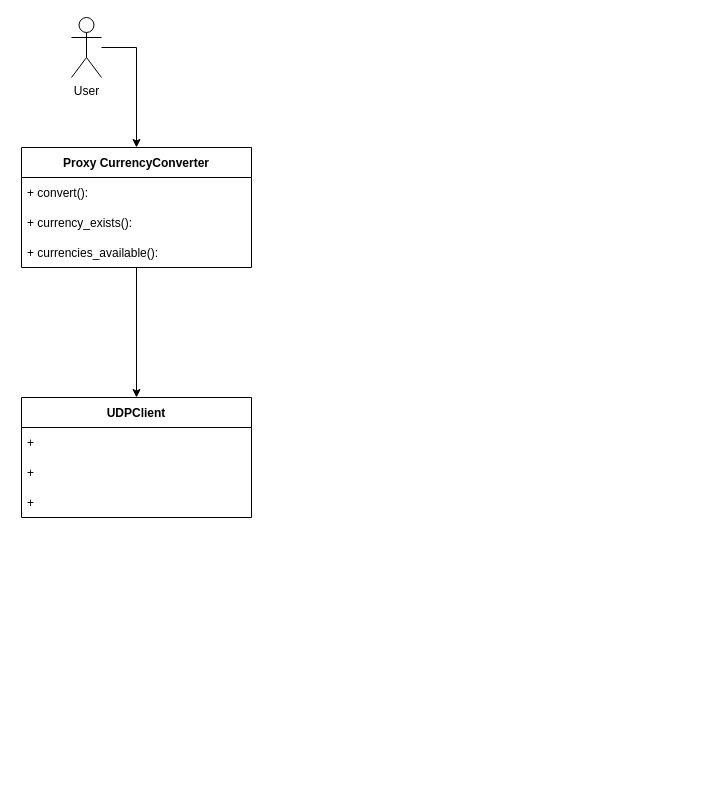
Before: Untitled Diagram.drawio in joaocarvoli-university/distribuited-systems, a draw.io diagram. Source tidied: cells renumbered, new cells numbered last; positions are measured from the earlier drawing's top-left corner, leaving out a move shared by most shapes. Both pictures are drawn from the tidied source at 100%, with x=0, y=0 at pixel (21, 17).
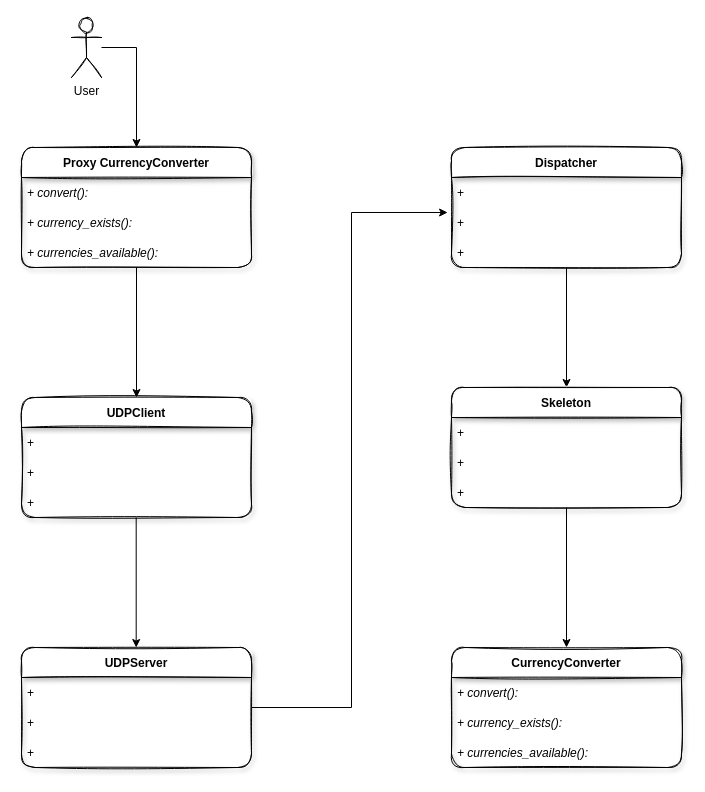
Above is the later version.

Diff of the diagram source:
```diff
@@
-    <mxCell id="3" value="Proxy CurrencyConverter" style="swimlane;fontStyle=1;horizontal=1;startSize=30;" parent="1" vertex="1">
+    <mxCell id="3" value="Proxy CurrencyConverter" style="swimlane;fontStyle=1;horizontal=1;startSize=30;shadow=1;rounded=1;sketch=1;" parent="1" vertex="1">
       <mxGeometry y="130" width="230" height="120" as="geometry" />
     </mxCell>
-    <mxCell id="4" value="+ convert(): " style="text;strokeColor=none;fillColor=none;align=left;verticalAlign=middle;spacingLeft=4;spacingRight=4;overflow=hidden;" parent="3" vertex="1">
+    <mxCell id="4" value="+ convert(): " style="text;strokeColor=none;fillColor=none;align=left;verticalAlign=middle;spacingLeft=4;spacingRight=4;overflow=hidden;fontStyle=2;shadow=0;labelBorderColor=none;labelBackgroundColor=none;" parent="3" vertex="1">
       <mxGeometry y="30" width="230" height="30" as="geometry" />
     </mxCell>
-    <mxCell id="5" value="+ currency_exists():" style="text;strokeColor=none;fillColor=none;align=left;verticalAlign=middle;spacingLeft=4;spacingRight=4;overflow=hidden;" parent="3" vertex="1">
+    <mxCell id="5" value="+ currency_exists():" style="text;strokeColor=none;fillColor=none;align=left;verticalAlign=middle;spacingLeft=4;spacingRight=4;overflow=hidden;shadow=0;fontStyle=2;labelBorderColor=none;labelBackgroundColor=none;" parent="3" vertex="1">
       <mxGeometry y="60" width="230" height="30" as="geometry" />
     </mxCell>
-    <mxCell id="6" value="+ currencies_available(): " style="text;strokeColor=none;fillColor=none;align=left;verticalAlign=middle;spacingLeft=4;spacingRight=4;overflow=hidden;" parent="3" vertex="1">
+    <mxCell id="6" value="+ currencies_available(): " style="text;strokeColor=none;fillColor=none;align=left;verticalAlign=middle;spacingLeft=4;spacingRight=4;overflow=hidden;shadow=0;fontStyle=2;labelBorderColor=none;labelBackgroundColor=none;" parent="3" vertex="1">
       <mxGeometry y="90" width="230" height="30" as="geometry" />
     </mxCell>
@@
-    <mxCell id="8" value="User" style="shape=umlActor;verticalLabelPosition=bottom;verticalAlign=top;html=1;outlineConnect=0;" parent="1" vertex="1">
+    <mxCell id="8" value="User" style="shape=umlActor;verticalLabelPosition=bottom;verticalAlign=top;html=1;outlineConnect=0;shadow=0;sketch=1;" parent="1" vertex="1">
       <mxGeometry x="50" width="30" height="60" as="geometry" />
     </mxCell>
-    <mxCell id="9" value="UDPClient" style="swimlane;fontStyle=1;horizontal=1;startSize=30;" parent="1" vertex="1">
+    <mxCell id="9" value="UDPClient" style="swimlane;fontStyle=1;horizontal=1;startSize=30;shadow=1;rounded=1;sketch=1;" parent="1" vertex="1">
       <mxGeometry y="380" width="230" height="120" as="geometry" />
     </mxCell>
@@
+    <mxCell id="13" style="edgeStyle=orthogonalEdgeStyle;rounded=0;jettySize=auto;html=1;entryX=-0.017;entryY=0.167;entryDx=0;entryDy=0;entryPerimeter=0;" parent="1" edge="1" source="14" target="22">
+      <mxGeometry relative="1" as="geometry">
+        <Array as="points">
+          <mxPoint x="330" y="690" />
+          <mxPoint x="330" y="195" />
+        </Array>
+      </mxGeometry>
+    </mxCell>
+    <mxCell id="14" value="UDPServer" style="swimlane;fontStyle=1;horizontal=1;startSize=30;rounded=1;shadow=1;sketch=1;" parent="1" vertex="1">
+      <mxGeometry y="630" width="230" height="120" as="geometry" />
+    </mxCell>
+    <mxCell id="15" value="+" style="text;strokeColor=none;fillColor=none;align=left;verticalAlign=middle;spacingLeft=4;spacingRight=4;overflow=hidden;" parent="14" vertex="1">
+      <mxGeometry y="30" width="230" height="30" as="geometry" />
+    </mxCell>
+    <mxCell id="16" value="+" style="text;strokeColor=none;fillColor=none;align=left;verticalAlign=middle;spacingLeft=4;spacingRight=4;overflow=hidden;" parent="14" vertex="1">
+      <mxGeometry y="60" width="230" height="30" as="geometry" />
+    </mxCell>
+    <mxCell id="17" value="+ " style="text;strokeColor=none;fillColor=none;align=left;verticalAlign=middle;spacingLeft=4;spacingRight=4;overflow=hidden;" parent="14" vertex="1">
+      <mxGeometry y="90" width="230" height="30" as="geometry" />
+    </mxCell>
+    <mxCell id="18" style="edgeStyle=orthogonalEdgeStyle;rounded=0;orthogonalLoop=1;jettySize=auto;html=1;entryX=0.5;entryY=0;entryDx=0;entryDy=0;" parent="1" edge="1">
+      <mxGeometry relative="1" as="geometry">
+        <mxPoint x="114.7" y="500" as="sourcePoint" />
+        <mxPoint x="114.7" y="630" as="targetPoint" />
+      </mxGeometry>
+    </mxCell>
+    <mxCell id="19" style="edgeStyle=orthogonalEdgeStyle;rounded=0;jettySize=auto;html=1;entryX=0.5;entryY=0;entryDx=0;entryDy=0;" parent="1" edge="1" source="20" target="25">
+      <mxGeometry relative="1" as="geometry" />
+    </mxCell>
+    <mxCell id="20" value="Dispatcher" style="swimlane;fontStyle=1;horizontal=1;startSize=30;rounded=1;shadow=1;sketch=1;" parent="1" vertex="1">
+      <mxGeometry x="430" y="130" width="230" height="120" as="geometry" />
+    </mxCell>
+    <mxCell id="21" value="+" style="text;strokeColor=none;fillColor=none;align=left;verticalAlign=middle;spacingLeft=4;spacingRight=4;overflow=hidden;" parent="20" vertex="1">
+      <mxGeometry y="30" width="230" height="30" as="geometry" />
+    </mxCell>
+    <mxCell id="22" value="+" style="text;strokeColor=none;fillColor=none;align=left;verticalAlign=middle;spacingLeft=4;spacingRight=4;overflow=hidden;points=[[0,0.5],[1,0.5]];portConstraint=eastwest;" parent="20" vertex="1">
+      <mxGeometry y="60" width="230" height="30" as="geometry" />
+    </mxCell>
+    <mxCell id="23" value="+ " style="text;strokeColor=none;fillColor=none;align=left;verticalAlign=middle;spacingLeft=4;spacingRight=4;overflow=hidden;" parent="20" vertex="1">
+      <mxGeometry y="90" width="230" height="30" as="geometry" />
+    </mxCell>
+    <mxCell id="24" style="edgeStyle=orthogonalEdgeStyle;rounded=0;jettySize=auto;html=1;entryX=0.5;entryY=0;entryDx=0;entryDy=0;" parent="1" edge="1" source="25" target="29">
+      <mxGeometry relative="1" as="geometry" />
+    </mxCell>
+    <mxCell id="25" value="Skeleton" style="swimlane;fontStyle=1;horizontal=1;startSize=30;rounded=1;shadow=1;sketch=1;" parent="1" vertex="1">
+      <mxGeometry x="430" y="370" width="230" height="120" as="geometry" />
+    </mxCell>
+    <mxCell id="26" value="+" style="text;strokeColor=none;fillColor=none;align=left;verticalAlign=middle;spacingLeft=4;spacingRight=4;overflow=hidden;" parent="25" vertex="1">
+      <mxGeometry y="30" width="230" height="30" as="geometry" />
+    </mxCell>
+    <mxCell id="27" value="+" style="text;strokeColor=none;fillColor=none;align=left;verticalAlign=middle;spacingLeft=4;spacingRight=4;overflow=hidden;" parent="25" vertex="1">
+      <mxGeometry y="60" width="230" height="30" as="geometry" />
+    </mxCell>
+    <mxCell id="28" value="+ " style="text;strokeColor=none;fillColor=none;align=left;verticalAlign=middle;spacingLeft=4;spacingRight=4;overflow=hidden;" parent="25" vertex="1">
+      <mxGeometry y="90" width="230" height="30" as="geometry" />
+    </mxCell>
+    <mxCell id="29" value="CurrencyConverter" style="swimlane;fontStyle=1;horizontal=1;startSize=30;rounded=1;shadow=1;sketch=1;" parent="1" vertex="1">
+      <mxGeometry x="430" y="630" width="230" height="120" as="geometry" />
+    </mxCell>
+    <mxCell id="30" value="+ convert(): " style="text;strokeColor=none;fillColor=none;align=left;verticalAlign=middle;spacingLeft=4;spacingRight=4;overflow=hidden;fontStyle=2;shadow=0;labelBorderColor=none;labelBackgroundColor=none;" parent="1" vertex="1">
+      <mxGeometry x="430" y="660" width="210" height="30" as="geometry" />
+    </mxCell>
+    <mxCell id="31" value="+ currency_exists():" style="text;strokeColor=none;fillColor=none;align=left;verticalAlign=middle;spacingLeft=4;spacingRight=4;overflow=hidden;shadow=0;fontStyle=2;labelBorderColor=none;labelBackgroundColor=none;" parent="1" vertex="1">
+      <mxGeometry x="430" y="690" width="230" height="30" as="geometry" />
+    </mxCell>
+    <mxCell id="32" value="+ currencies_available(): " style="text;strokeColor=none;fillColor=none;align=left;verticalAlign=middle;spacingLeft=4;spacingRight=4;overflow=hidden;shadow=0;fontStyle=2;labelBorderColor=none;labelBackgroundColor=none;" parent="1" vertex="1">
+      <mxGeometry x="430" y="720" width="230" height="30" as="geometry" />
+    </mxCell>
```
